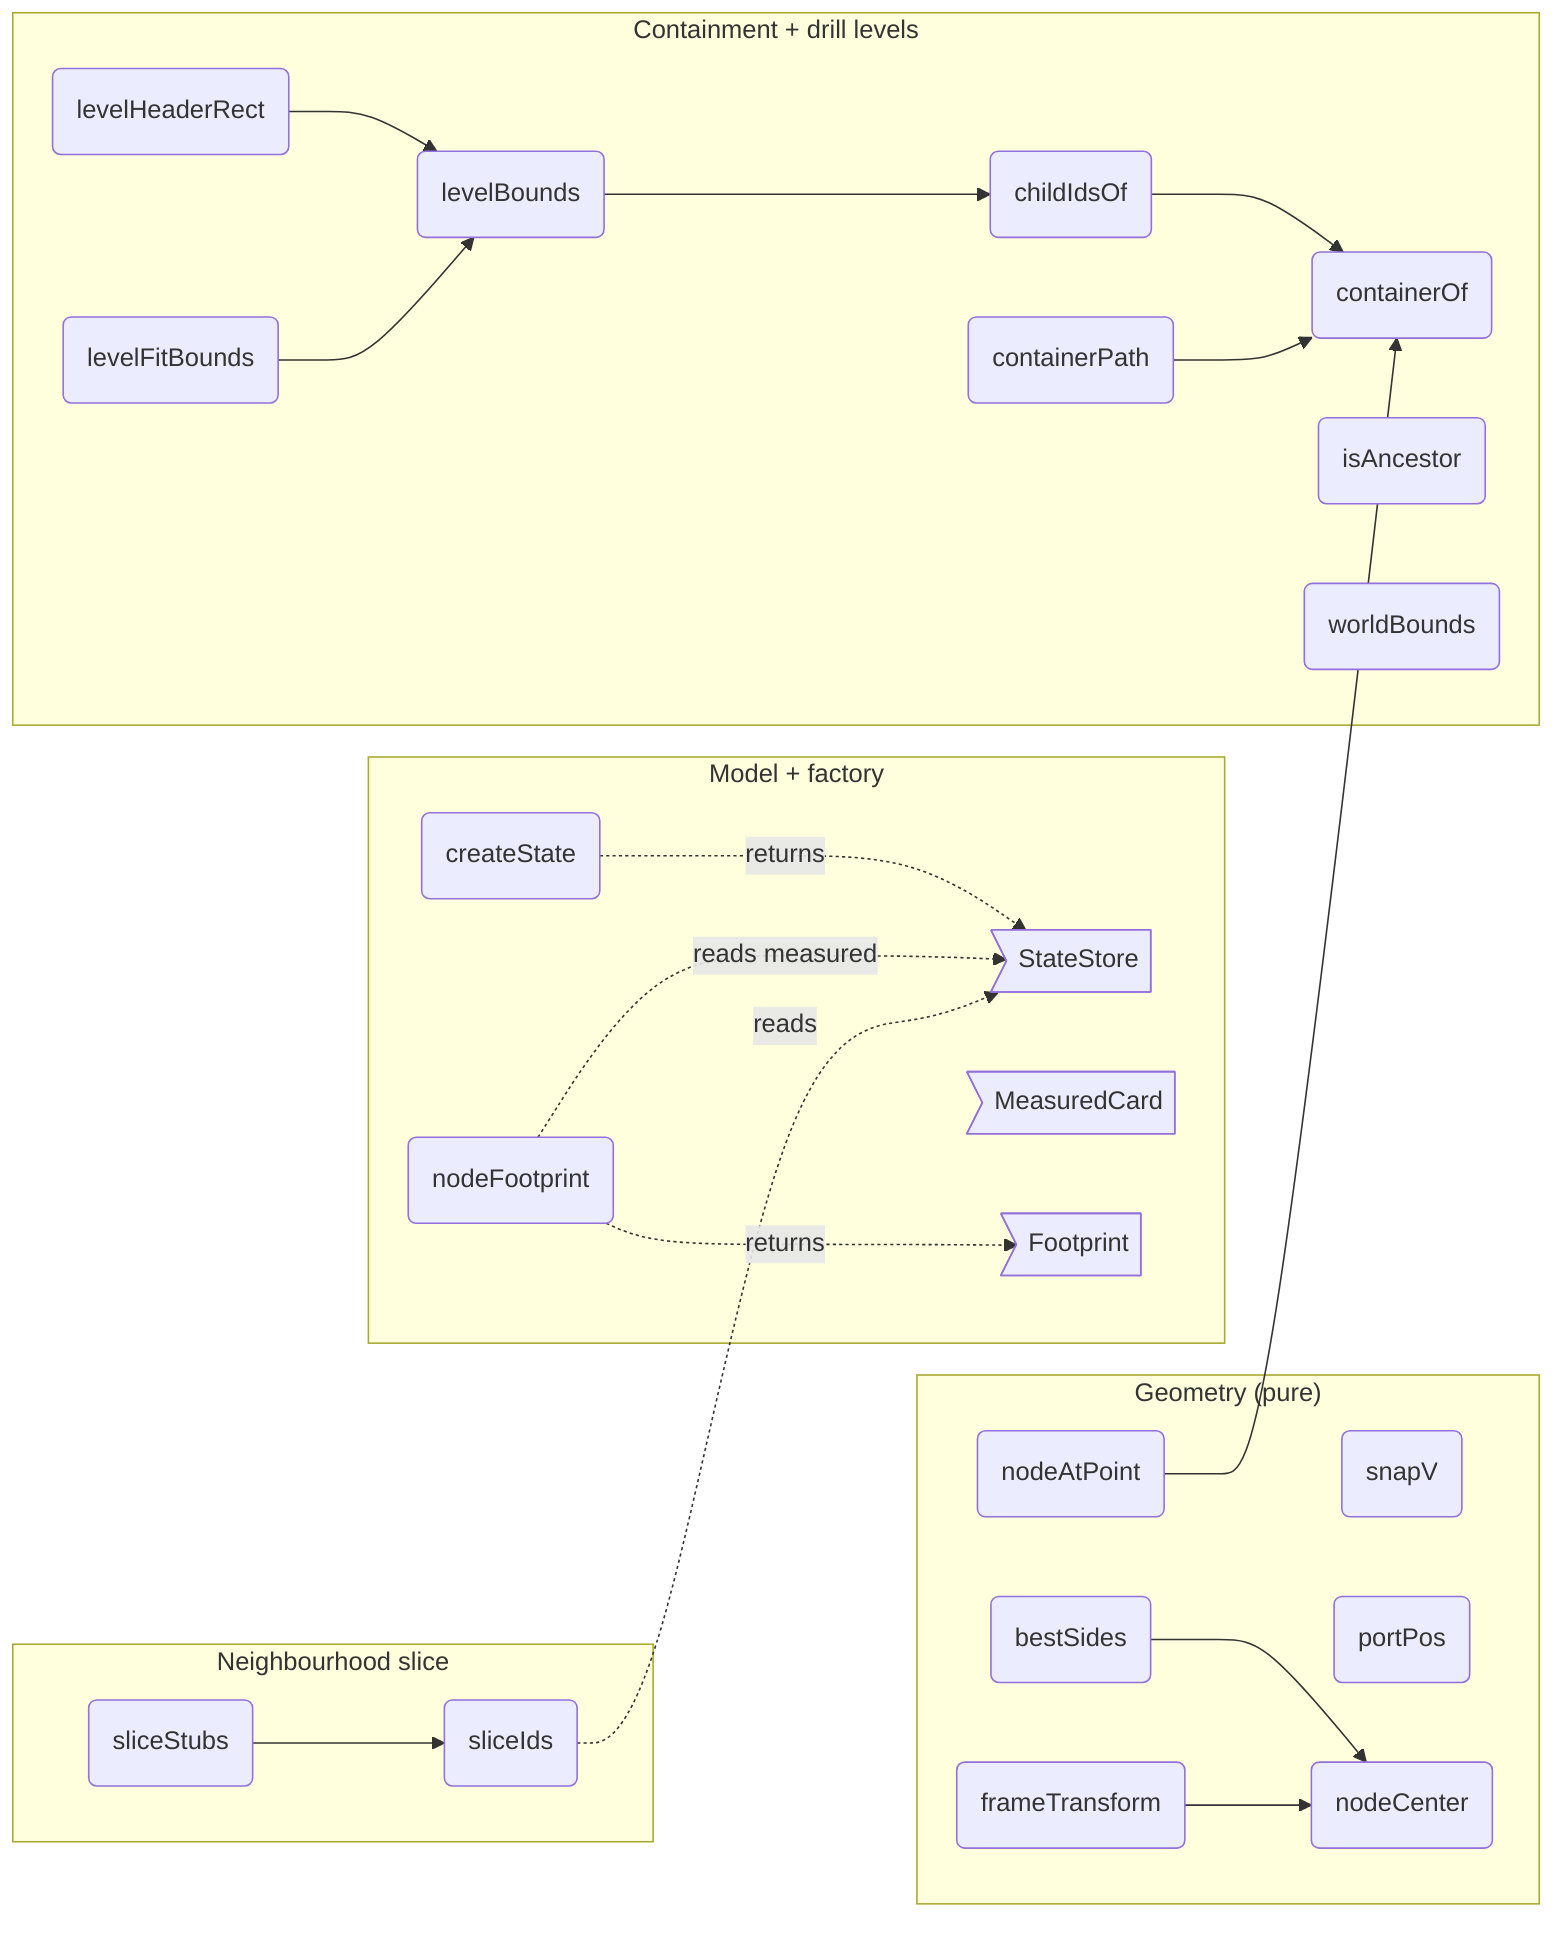
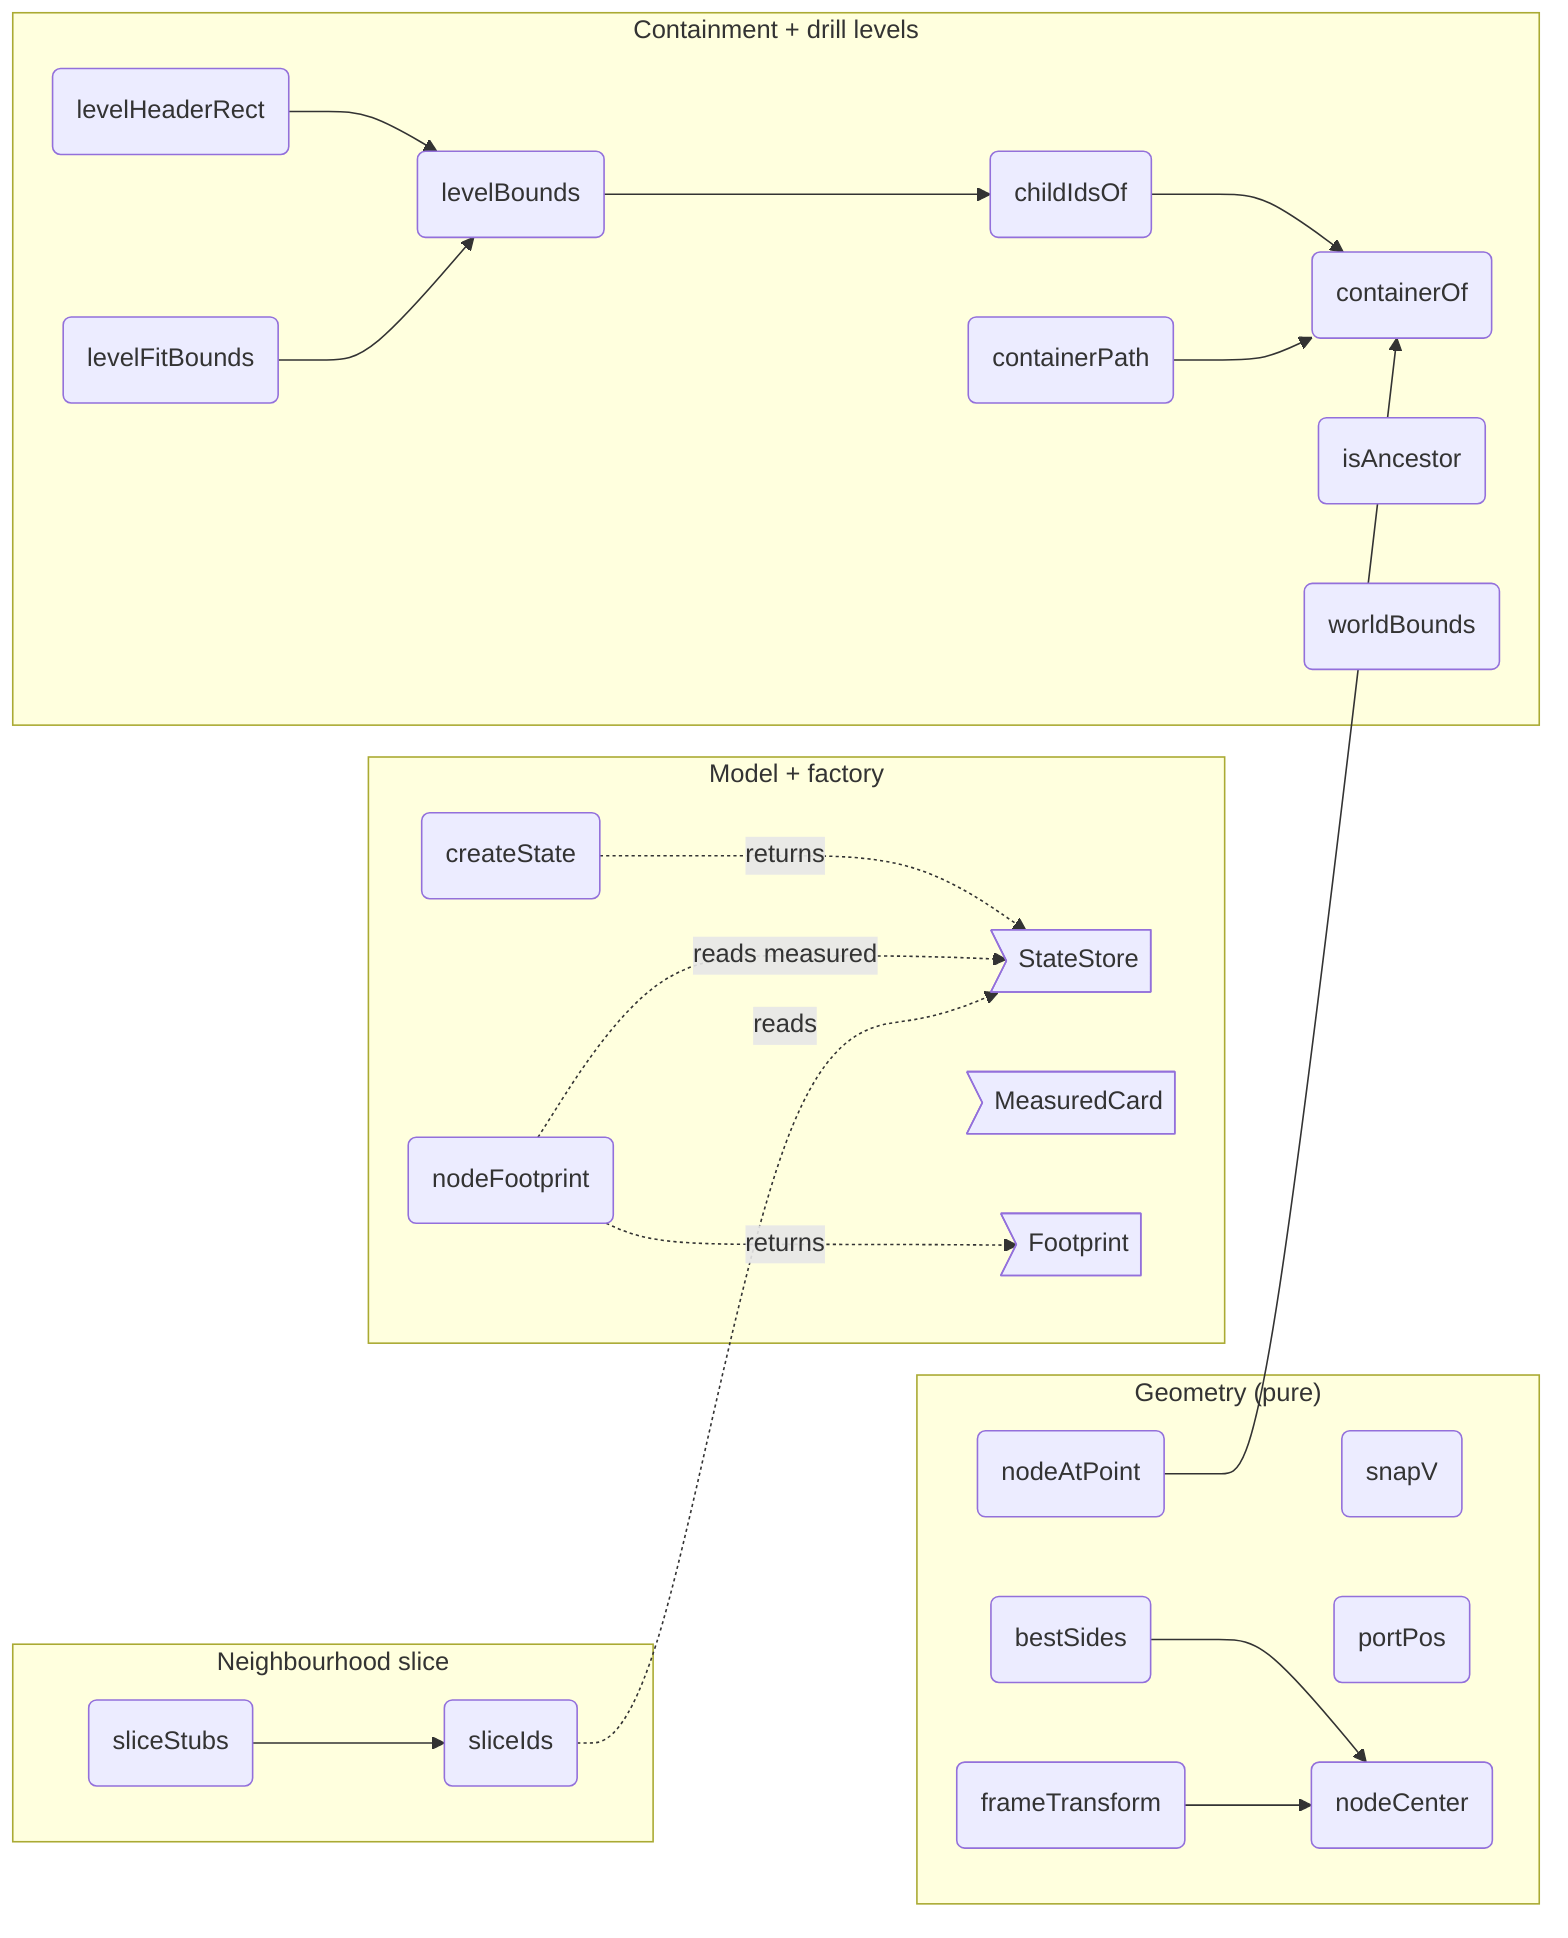
flowchart LR
%% root state

%% src StateStore src/core/state/state.ts#StateStore
%% kind StateStore type
%% fm:meta StateStore name=StateStore
%% fm:meta StateStore desc=source-of-truth model: nodes, edges, selection, id counters, dir, roots, measured cards
%% fm:meta StateStore state=nodes: Record<string, DiagramNode>
%% fm:meta StateStore state=edges: DiagramEdge[]
%% fm:meta StateStore state=sel: Set<string>
%% fm:meta StateStore state=roots: string[]

%% src MeasuredCard src/core/state/state.ts#MeasuredCard
%% kind MeasuredCard type
%% fm:meta MeasuredCard name=MeasuredCard
%% fm:meta MeasuredCard desc=last measured frontmatter-card size for a node, written by render post-paint pass

%% src Footprint src/core/state/state.ts#Footprint
%% kind Footprint type
%% fm:meta Footprint name=Footprint
%% fm:meta Footprint desc=on-canvas footprint rect in world pixels, node box plus frontmatter card

%% src createState src/core/state/state.ts#createState
%% kind createState function
%% fm:meta createState name=createState
%% fm:meta createState desc=create a fresh empty model with default counters and direction
%% fm:meta createState i0.name=createState
%% fm:meta createState i0.returns=StateStore

%% src nodeFootprint src/core/state/state.ts#nodeFootprint
%% kind nodeFootprint function
%% fm:meta nodeFootprint name=nodeFootprint
%% fm:meta nodeFootprint desc=footprint of a node (box plus card) read from the model alone
%% fm:meta nodeFootprint i0.name=nodeFootprint
%% fm:meta nodeFootprint i0.accepts=state: StateStore
%% fm:meta nodeFootprint i0.accepts=n: DiagramNode
%% fm:meta nodeFootprint i0.accepts=showFrontmatter: boolean
%% fm:meta nodeFootprint i0.returns=Footprint

%% src snapV src/core/state/state.ts#snapV
%% kind snapV function
%% fm:meta snapV name=snapV
%% fm:meta snapV desc=snap a coordinate to the grid when snap is on
%% fm:meta snapV i0.name=snapV
%% fm:meta snapV i0.accepts=v: number
%% fm:meta snapV i0.accepts=snap: boolean
%% fm:meta snapV i0.returns=number

%% src portPos src/core/state/state.ts#portPos
%% kind portPos function
%% fm:meta portPos name=portPos
%% fm:meta portPos desc=world-space position of a node port on a given side
%% fm:meta portPos i0.name=portPos
%% fm:meta portPos i0.accepts=node: DiagramNode
%% fm:meta portPos i0.accepts=side: PortSide
%% fm:meta portPos i0.returns=Point

%% src nodeCenter src/core/state/state.ts#nodeCenter
%% kind nodeCenter function
%% fm:meta nodeCenter name=nodeCenter
%% fm:meta nodeCenter desc=centre point of a node box
%% fm:meta nodeCenter i0.name=nodeCenter
%% fm:meta nodeCenter i0.accepts=n: DiagramNode
%% fm:meta nodeCenter i0.returns={ cx: number; cy: number }

%% src frameTransform src/core/state/state.ts#frameTransform
%% kind frameTransform function
%% fm:meta frameTransform name=frameTransform
%% fm:meta frameTransform desc=pure camera transform: centre a node in the viewport at a readable, clamped zoom
%% fm:meta frameTransform i0.name=frameTransform
- %% fm:meta frameTransform i0.accepts=node: DiagramNode
- %% fm:meta frameTransform i0.accepts=viewport: { w: number; h: number }
- %% fm:meta frameTransform i0.accepts=zoom: { want: number; min: number; max: number }
+ %% fm:meta frameTransform i0.accepts=n: DiagramNode
+ %% fm:meta frameTransform i0.accepts=vw: number
+ %% fm:meta frameTransform i0.accepts=vh: number
+ %% fm:meta frameTransform i0.accepts=wantZ: number
+ %% fm:meta frameTransform i0.accepts=zMin: number
+ %% fm:meta frameTransform i0.accepts=zMax: number
%% fm:meta frameTransform i0.returns={ x: number; y: number; z: number }

%% src bestSides src/core/state/state.ts#bestSides
%% kind bestSides function
%% fm:meta bestSides name=bestSides
%% fm:meta bestSides desc=pick the nearest facing port sides for an edge between two nodes
%% fm:meta bestSides i0.name=bestSides
%% fm:meta bestSides i0.accepts=a: DiagramNode
%% fm:meta bestSides i0.accepts=b: DiagramNode
%% fm:meta bestSides i0.returns=[PortSide, PortSide]

%% src nodeAtPoint src/core/state/state.ts#nodeAtPoint
%% kind nodeAtPoint function
%% fm:meta nodeAtPoint name=nodeAtPoint
%% fm:meta nodeAtPoint desc=topmost node whose box contains a world point at one drill level
%% fm:meta nodeAtPoint i0.name=nodeAtPoint
%% fm:meta nodeAtPoint i0.accepts=state: StateStore
%% fm:meta nodeAtPoint i0.accepts=wx: number
%% fm:meta nodeAtPoint i0.accepts=wy: number
%% fm:meta nodeAtPoint i0.accepts=container: string | null
%% fm:meta nodeAtPoint i0.returns=string | null

%% src containerOf src/core/state/state.ts#containerOf
%% kind containerOf function
%% fm:meta containerOf name=containerOf
%% fm:meta containerOf desc=nearest non-group ancestor (the drill level a node lives at) or null
%% fm:meta containerOf i0.name=containerOf
%% fm:meta containerOf i0.accepts=state: StateStore
%% fm:meta containerOf i0.accepts=id: string
%% fm:meta containerOf i0.returns=string | null

%% src childIdsOf src/core/state/state.ts#childIdsOf
%% kind childIdsOf function
%% fm:meta childIdsOf name=childIdsOf
%% fm:meta childIdsOf desc=ids of every node living directly at a container drill level
%% fm:meta childIdsOf i0.name=childIdsOf
%% fm:meta childIdsOf i0.accepts=state: StateStore
%% fm:meta childIdsOf i0.accepts=container: string | null
%% fm:meta childIdsOf i0.returns=string[]

%% src containerPath src/core/state/state.ts#containerPath
%% kind containerPath function
%% fm:meta containerPath name=containerPath
%% fm:meta containerPath desc=root-first chain of non-group container ids enclosing a container
%% fm:meta containerPath i0.name=containerPath
%% fm:meta containerPath i0.accepts=state: StateStore
%% fm:meta containerPath i0.accepts=container: string | null
%% fm:meta containerPath i0.returns=string[]

%% src levelBounds src/core/state/state.ts#levelBounds
%% kind levelBounds function
%% fm:meta levelBounds name=levelBounds
%% fm:meta levelBounds desc=bounding box of just the nodes at a container level, or null when empty
%% fm:meta levelBounds i0.name=levelBounds
%% fm:meta levelBounds i0.accepts=state: StateStore
%% fm:meta levelBounds i0.accepts=container: string | null
%% fm:meta levelBounds i0.returns={ minX: number; minY: number; maxX: number; maxY: number } | null

%% src levelHeaderRect src/core/state/state.ts#levelHeaderRect
%% kind levelHeaderRect function
%% fm:meta levelHeaderRect name=levelHeaderRect
%% fm:meta levelHeaderRect desc=where to draw the container node above its children on a drilled level
%% fm:meta levelHeaderRect i0.name=levelHeaderRect
%% fm:meta levelHeaderRect i0.accepts=state: StateStore
%% fm:meta levelHeaderRect i0.accepts=container: string | null
%% fm:meta levelHeaderRect i0.returns={ x: number; y: number; w: number; h: number } | null

%% src levelFitBounds src/core/state/state.ts#levelFitBounds
%% kind levelFitBounds function
%% fm:meta levelFitBounds name=levelFitBounds
%% fm:meta levelFitBounds desc=bounds the camera should fit at a level, children plus the container node
%% fm:meta levelFitBounds i0.name=levelFitBounds
%% fm:meta levelFitBounds i0.accepts=state: StateStore
%% fm:meta levelFitBounds i0.accepts=container: string | null
%% fm:meta levelFitBounds i0.returns={ minX: number; minY: number; maxX: number; maxY: number } | null

%% src isAncestor src/core/state/state.ts#isAncestor
%% kind isAncestor function
%% fm:meta isAncestor name=isAncestor
%% fm:meta isAncestor desc=true when anc sits somewhere on a node parent chain (cycle guard)
%% fm:meta isAncestor i0.name=isAncestor
%% fm:meta isAncestor i0.accepts=state: StateStore
%% fm:meta isAncestor i0.accepts=anc: string
%% fm:meta isAncestor i0.accepts=node: string
%% fm:meta isAncestor i0.returns=boolean

%% src worldBounds src/core/state/state.ts#worldBounds
%% kind worldBounds function
%% fm:meta worldBounds name=worldBounds
%% fm:meta worldBounds desc=bounding box of all nodes in the model, or null when empty
%% fm:meta worldBounds i0.name=worldBounds
%% fm:meta worldBounds i0.accepts=state: StateStore
%% fm:meta worldBounds i0.returns={ minX: number; minY: number; maxX: number; maxY: number } | null

%% src sliceIds src/core/state/state.ts#sliceIds
%% kind sliceIds function
%% fm:meta sliceIds name=sliceIds
%% fm:meta sliceIds desc=neighbourhood id set of a node: transitive solid up/down plus 1-hop dotted refs (the slice panel's keep set)
%% fm:meta sliceIds i0.name=sliceIds
%% fm:meta sliceIds i0.accepts=state: StateStore
%% fm:meta sliceIds i0.accepts=id: string
%% fm:meta sliceIds i0.returns=Set<string>

%% src sliceStubs src/core/state/state.ts#sliceStubs
%% kind sliceStubs function
%% fm:meta sliceStubs name=sliceStubs
%% fm:meta sliceStubs desc=boundary stubs of a keep set: 1-hop neighbours that fall outside it, drawn as edge endpoints in a slice
%% fm:meta sliceStubs i0.name=sliceStubs
%% fm:meta sliceStubs i0.accepts=state: StateStore
%% fm:meta sliceStubs i0.accepts=keep: Set<string>
%% fm:meta sliceStubs i0.returns=Set<string>

%% parent st_model state
%% parent st_geom state
%% parent st_levels state
%% parent st_slice state

  subgraph st_model ["Model + factory"]
    StateStore>"StateStore"]
    MeasuredCard>"MeasuredCard"]
    Footprint>"Footprint"]
    createState("createState")
    nodeFootprint("nodeFootprint")
  end
  subgraph st_geom ["Geometry (pure)"]
    snapV("snapV")
    portPos("portPos")
    nodeCenter("nodeCenter")
    frameTransform("frameTransform")
    bestSides("bestSides")
    nodeAtPoint("nodeAtPoint")
  end
  subgraph st_levels ["Containment + drill levels"]
    containerOf("containerOf")
    childIdsOf("childIdsOf")
    containerPath("containerPath")
    levelBounds("levelBounds")
    levelHeaderRect("levelHeaderRect")
    levelFitBounds("levelFitBounds")
    isAncestor("isAncestor")
    worldBounds("worldBounds")
  end
  subgraph st_slice ["Neighbourhood slice"]
    sliceIds("sliceIds")
    sliceStubs("sliceStubs")
  end

  bestSides --> nodeCenter
  frameTransform --> nodeCenter
  nodeAtPoint --> containerOf
  childIdsOf --> containerOf
  containerPath --> containerOf
  levelBounds --> childIdsOf
  levelHeaderRect --> levelBounds
  levelFitBounds --> levelBounds
  sliceStubs --> sliceIds
  createState -.->|returns| StateStore
  nodeFootprint -.->|returns| Footprint
  nodeFootprint -.->|reads measured| StateStore
  sliceIds -.->|reads| StateStore
